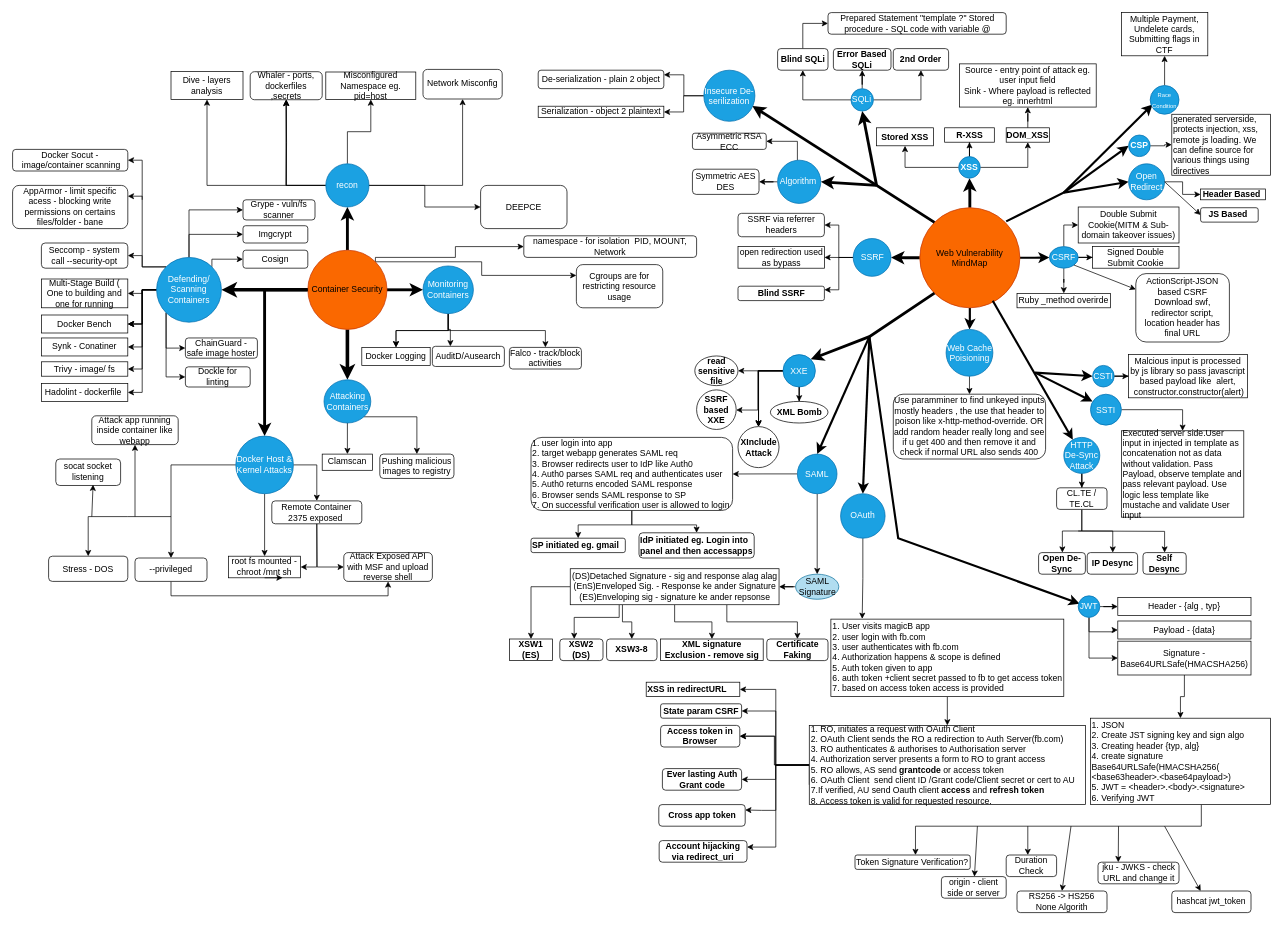
The draw.io diagram vulns.drawio in mkpmanish/bounty, before the edit. Source tidied: cells renumbered, new cells numbered last; positions are measured from the earlier drawing's top-left corner, leaving out a move shared by most shapes. Both pictures are drawn from the tidied source at 72%, with x=0, y=0 at pixel (12, 12).
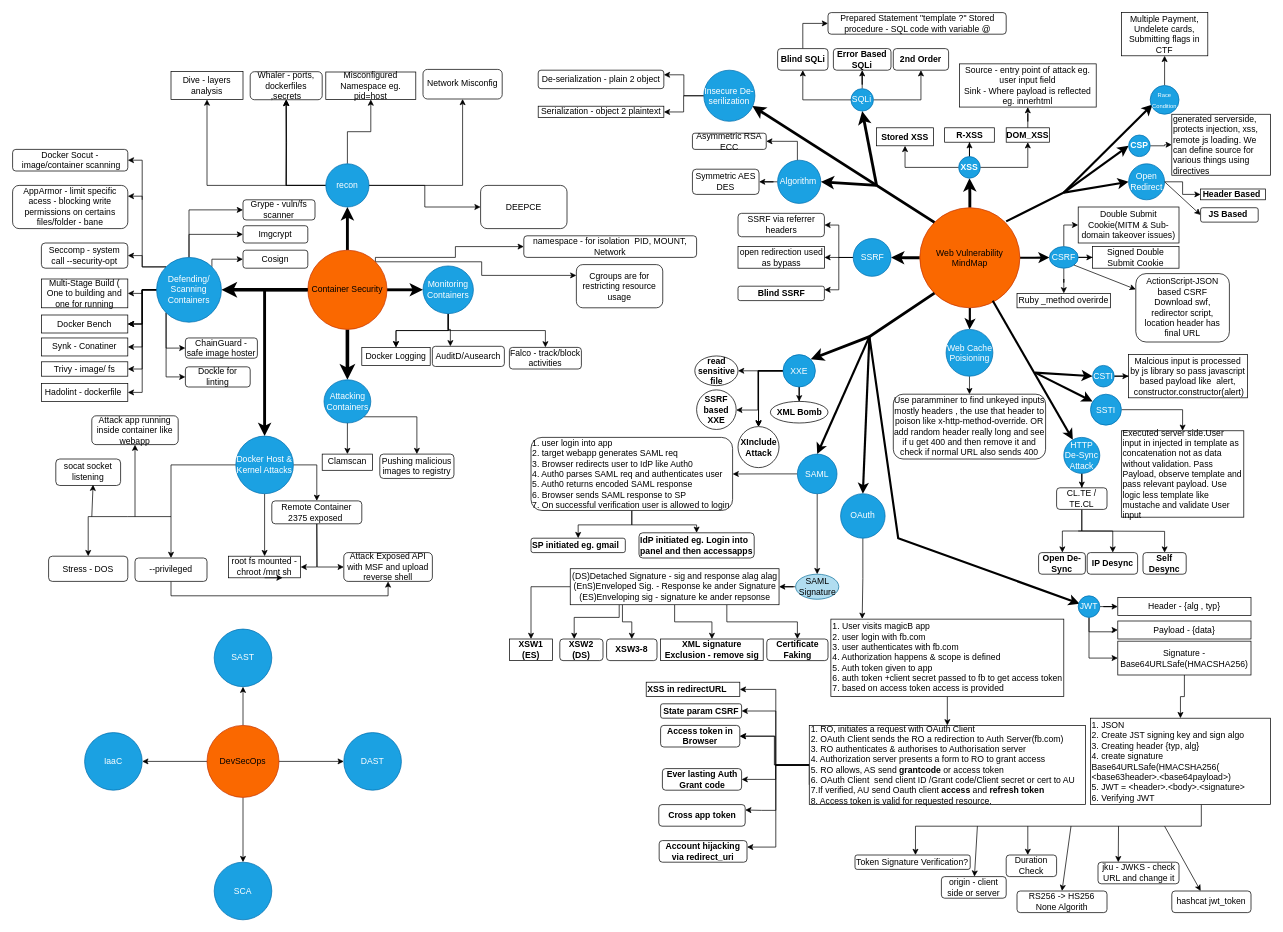
Above is the later version.

What changed in the source:
```diff
@@
+    <mxCell id="248" style="edgeStyle=orthogonalEdgeStyle;rounded=0;jettySize=auto;html=1;" parent="1" edge="1" source="252" target="253">
+      <mxGeometry relative="1" as="geometry" />
+    </mxCell>
+    <mxCell id="249" style="edgeStyle=orthogonalEdgeStyle;rounded=0;jettySize=auto;html=1;" parent="1" edge="1" source="252" target="254">
+      <mxGeometry relative="1" as="geometry" />
+    </mxCell>
+    <mxCell id="250" style="edgeStyle=orthogonalEdgeStyle;rounded=0;jettySize=auto;html=1;" parent="1" edge="1" source="252" target="255">
+      <mxGeometry relative="1" as="geometry" />
+    </mxCell>
+    <mxCell id="251" style="edgeStyle=orthogonalEdgeStyle;rounded=0;jettySize=auto;html=1;" parent="1" edge="1" source="252" target="256">
+      <mxGeometry relative="1" as="geometry" />
+    </mxCell>
+    <mxCell id="252" value="DevSecOps" style="ellipse;whiteSpace=wrap;html=1;fillColor=#fa6800;fontColor=#000000;strokeColor=#C73500;" parent="1" vertex="1">
+      <mxGeometry x="270" y="990" width="100" height="100" as="geometry" />
+    </mxCell>
+    <mxCell id="253" value="SAST" style="ellipse;whiteSpace=wrap;html=1;fillColor=#1ba1e2;strokeColor=#006EAF;fontColor=#ffffff;" parent="1" vertex="1">
+      <mxGeometry x="280" y="856.2" width="80" height="80" as="geometry" />
+    </mxCell>
+    <mxCell id="254" value="DAST" style="ellipse;whiteSpace=wrap;html=1;fillColor=#1ba1e2;strokeColor=#006EAF;fontColor=#ffffff;" parent="1" vertex="1">
+      <mxGeometry x="460" y="1000" width="80" height="80" as="geometry" />
+    </mxCell>
+    <mxCell id="255" value="SCA" style="ellipse;whiteSpace=wrap;html=1;fillColor=#1ba1e2;strokeColor=#006EAF;fontColor=#ffffff;" parent="1" vertex="1">
+      <mxGeometry x="280" y="1180" width="80" height="80" as="geometry" />
+    </mxCell>
+    <mxCell id="256" value="IaaC" style="ellipse;whiteSpace=wrap;html=1;fillColor=#1ba1e2;strokeColor=#006EAF;fontColor=#ffffff;" parent="1" vertex="1">
+      <mxGeometry x="100" y="1000" width="80" height="80" as="geometry" />
+    </mxCell>
```
